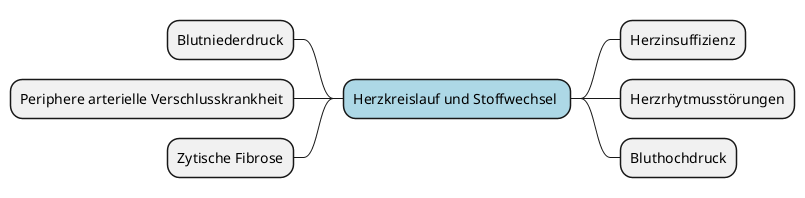
Before: mindmap/generated/physical-subcategories/mindmap-physical-herzkreislauf-und-stoffwechsel.png, a diagram exported from PlantUML (marcgauch/Masterarbeit-Daten).
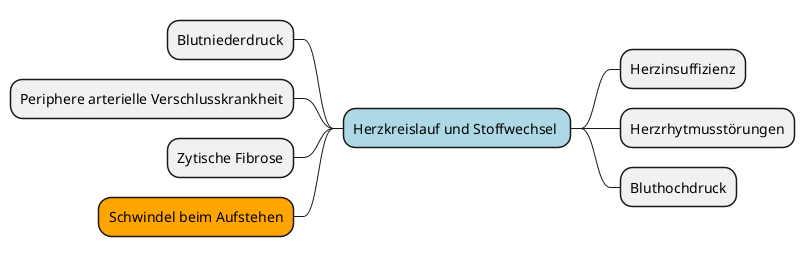
The same diagram one commit later.

Commit message:
ADDED: Mindmap more conditions

Diff of the diagram source:
```diff
@@ -18,4 +18,5 @@
 	* Blutniederdruck
 	* Periphere arterielle Verschlusskrankheit
 	* Zytische Fibrose
+	* Schwindel beim Aufstehen<<orange>>
 @endmindmap
```
